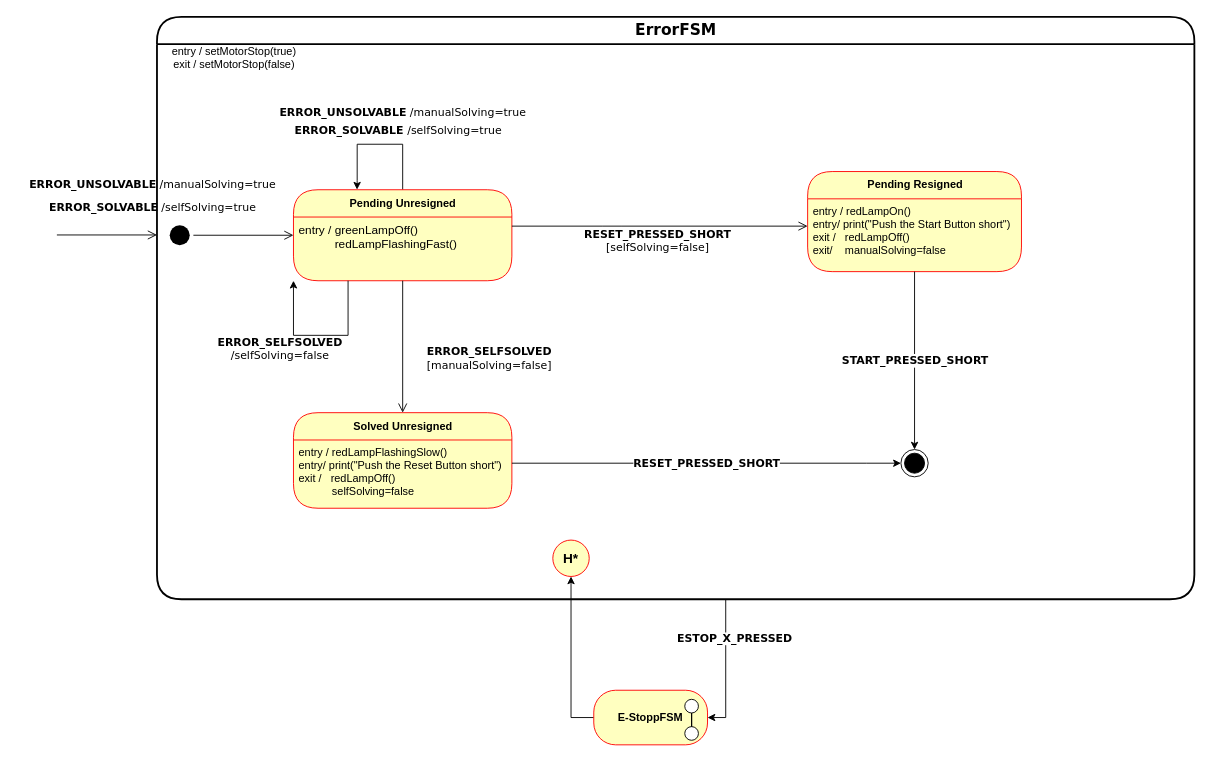
Before: page "error" (6 of 7) of docs/diagrams/fsm/state_machines.drawio in u2knwy/ESEP-2023SoSe-Team-2-1, a draw.io diagram. Source tidied: cells renumbered, new cells numbered last; positions are measured from the earlier drawing's top-left corner, leaving out a move shared by most shapes. Both pictures are drawn from the tidied source at 91%, with x=0, y=0 at pixel (15, 16).
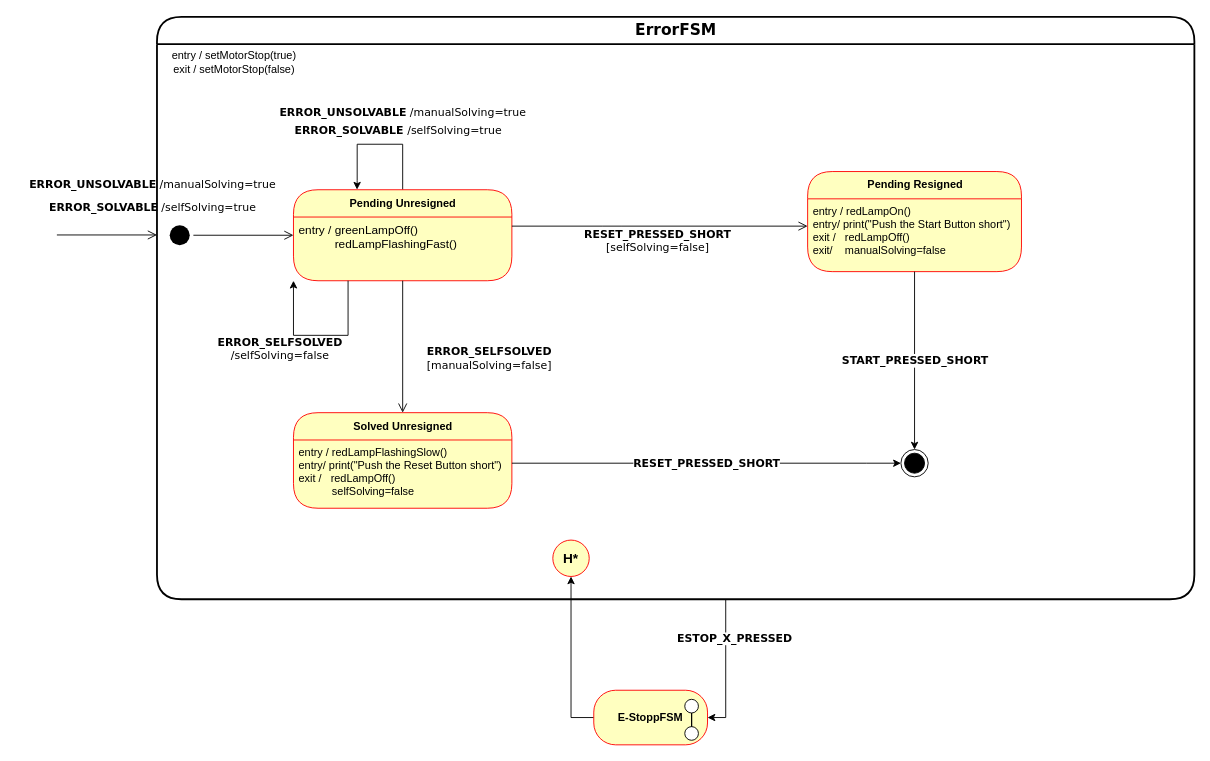
Above is the later version.

What changed in the source:
```diff
@@
-    <mxCell id="4" value="&lt;font style=&quot;font-size: 17px&quot; face=&quot;Verdana&quot;&gt;ErrorFSM&lt;/font&gt;" style="swimlane;html=1;fontStyle=1;align=center;verticalAlign=middle;horizontal=1;startSize=30;fontColor=#000000;rounded=1;arcSize=30;strokeColor=#000000;swimlaneFillColor=none;swimlaneLine=1;shadow=0;glass=0;sketch=0;fillColor=none;strokeWidth=2;" parent="1" vertex="1">
+    <mxCell id="4" value="&lt;font style=&quot;font-size: 17px&quot; face=&quot;Verdana&quot;&gt;ErrorFSM&lt;/font&gt;" style="swimlane;html=1;fontStyle=1;align=center;verticalAlign=middle;horizontal=1;startSize=30;fontColor=#000000;rounded=1;arcSize=30;strokeColor=#000000;swimlaneFillColor=default;swimlaneLine=1;shadow=0;glass=0;sketch=0;fillColor=default;strokeWidth=2;" parent="1" vertex="1">
       <mxGeometry x="155" width="1140" height="640" as="geometry" />
     </mxCell>
@@
     <mxCell id="37" value="entry / setMotorStop(true)&lt;br&gt;exit / setMotorStop(false)" style="text;html=1;strokeColor=none;fillColor=none;align=center;verticalAlign=middle;whiteSpace=wrap;rounded=0;" parent="1" vertex="1">
-      <mxGeometry x="155" y="30" width="170" height="30" as="geometry" />
+      <mxGeometry x="155" y="30" width="170" height="40" as="geometry" />
     </mxCell>
```
